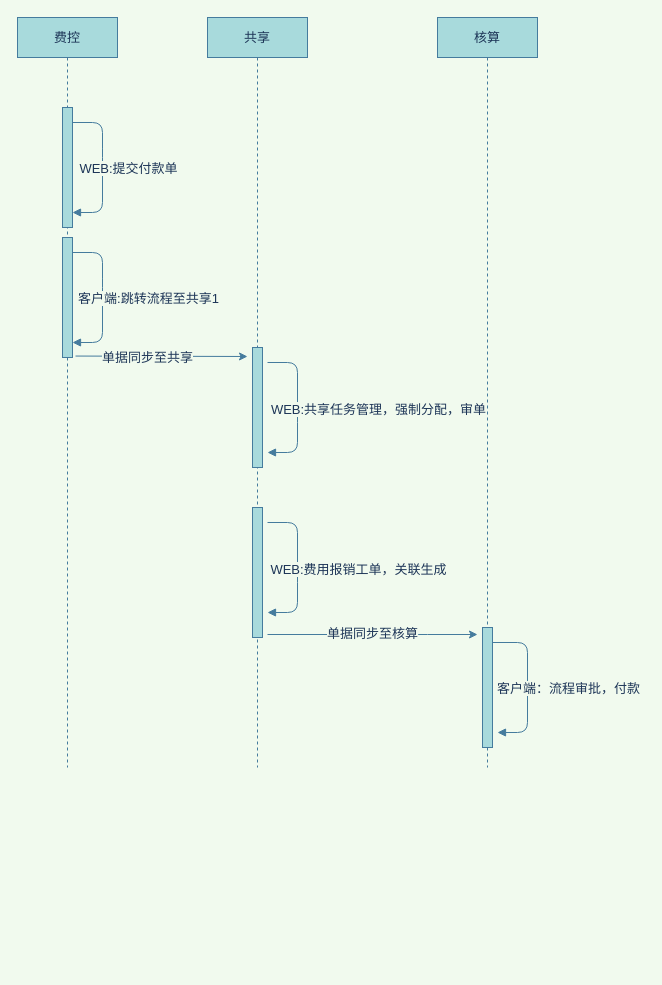
This is rpa-auto-test1.drawio from Alphathur/diagram, a draw.io file, before an edit. Source tidied: cells renumbered, new cells numbered last; positions are measured from the earlier drawing's top-left corner, leaving out a move shared by most shapes. Both pictures are drawn from the tidied source at 100%, with x=0, y=0 at pixel (17, 17).
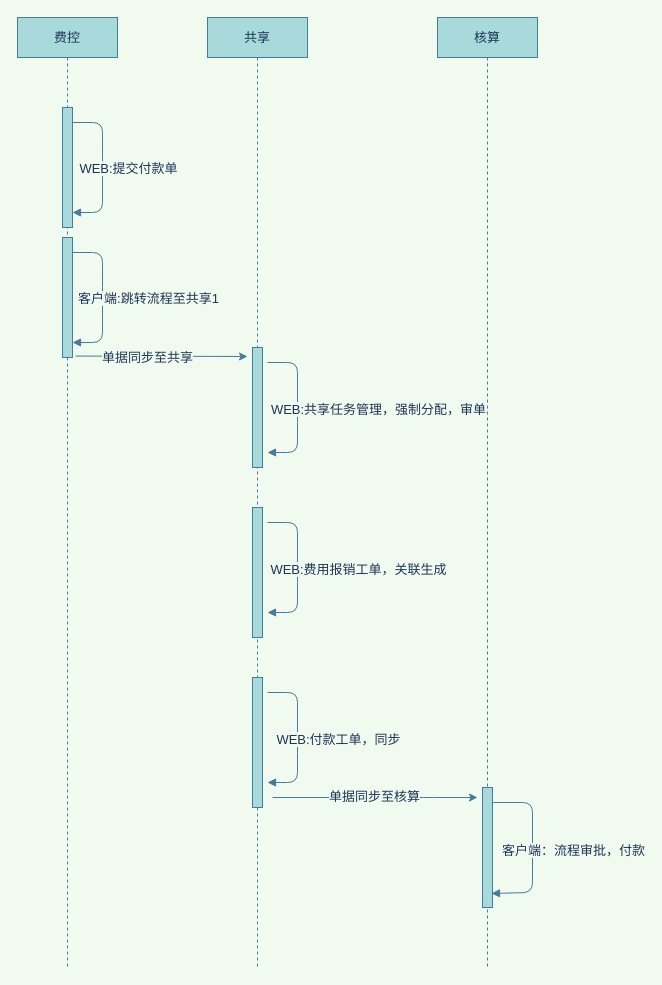
The same page after the edit.

What changed in the source:
```diff
@@
     <mxCell id="2" value="共享" style="shape=umlLifeline;perimeter=lifelinePerimeter;whiteSpace=wrap;html=1;fontSize=13;fillColor=#A8DADC;strokeColor=#457B9D;fontColor=#1D3557;" parent="1" vertex="1">
-      <mxGeometry x="190" width="100" height="750" as="geometry" />
+      <mxGeometry x="190" width="100" height="950" as="geometry" />
     </mxCell>
@@
     <mxCell id="5" value="费控" style="shape=umlLifeline;perimeter=lifelinePerimeter;whiteSpace=wrap;html=1;fontSize=13;fillColor=#A8DADC;strokeColor=#457B9D;fontColor=#1D3557;" parent="1" vertex="1">
-      <mxGeometry width="100" height="750" as="geometry" />
+      <mxGeometry width="100" height="950" as="geometry" />
     </mxCell>
@@
     <mxCell id="7" value="核算" style="shape=umlLifeline;perimeter=lifelinePerimeter;whiteSpace=wrap;html=1;fontSize=13;fillColor=#A8DADC;strokeColor=#457B9D;fontColor=#1D3557;" parent="1" vertex="1">
-      <mxGeometry x="420" width="100" height="750" as="geometry" />
+      <mxGeometry x="420" width="100" height="950" as="geometry" />
     </mxCell>
@@
     <mxCell id="15" style="html=1;points=[];perimeter=orthogonalPerimeter;fontSize=13;fillColor=#A8DADC;strokeColor=#457B9D;fontColor=#1D3557;" parent="1" vertex="1">
-      <mxGeometry x="465" y="610" width="10" height="120" as="geometry" />
+      <mxGeometry x="465" y="770" width="10" height="120" as="geometry" />
     </mxCell>
-    <mxCell id="16" style="html=1;verticalAlign=bottom;labelBackgroundColor=none;endArrow=block;endFill=1;fontSize=13;strokeColor=#457B9D;fontColor=#1D3557;" parent="1" edge="1" source="15">
+    <mxCell id="16" style="html=1;verticalAlign=bottom;labelBackgroundColor=none;endArrow=block;endFill=1;fontSize=13;strokeColor=#457B9D;fontColor=#1D3557;entryX=0.9;entryY=0.883;entryDx=0;entryDy=0;entryPerimeter=0;" parent="1" edge="1" source="15" target="15">
       <mxGeometry relative="1" as="geometry">
-        <mxPoint x="480" y="715" as="targetPoint" />
         <Array as="points">
-          <mxPoint x="510" y="625" />
-          <mxPoint x="510" y="715" />
+          <mxPoint x="515" y="785" />
+          <mxPoint x="515" y="875" />
         </Array>
       </mxGeometry>
     </mxCell>
@@
     <mxCell id="22" style="endArrow=classic;html=1;fontSize=13;strokeColor=#457B9D;fontColor=#1D3557;labelBackgroundColor=#F1FAEE;" parent="1" edge="1">
       <mxGeometry relative="1" as="geometry">
-        <mxPoint x="250" y="617" as="sourcePoint" />
-        <mxPoint x="460" y="617" as="targetPoint" />
+        <mxPoint x="255" y="780" as="sourcePoint" />
+        <mxPoint x="460" y="780" as="targetPoint" />
         <Array as="points">
-          <mxPoint x="380" y="617" />
-          <mxPoint x="400" y="617" />
+          <mxPoint x="385" y="780" />
+          <mxPoint x="405" y="780" />
         </Array>
       </mxGeometry>
     </mxCell>
@@
+    <mxCell id="24" style="html=1;perimeter=orthogonalPerimeter;fontSize=13;fillColor=#A8DADC;strokeColor=#457B9D;fontColor=#1D3557;" parent="1" vertex="1">
+      <mxGeometry x="235" y="660" width="10" height="130" as="geometry" />
+    </mxCell>
+    <mxCell id="25" style="html=1;verticalAlign=bottom;labelBackgroundColor=none;endArrow=block;endFill=1;fontSize=13;strokeColor=#457B9D;fontColor=#1D3557;" parent="1" edge="1">
+      <mxGeometry relative="1" as="geometry">
+        <mxPoint x="250" y="675" as="sourcePoint" />
+        <mxPoint x="250" y="765" as="targetPoint" />
+        <Array as="points">
+          <mxPoint x="280" y="675" />
+          <mxPoint x="280" y="725" />
+          <mxPoint x="280" y="765" />
+        </Array>
+      </mxGeometry>
+    </mxCell>
+    <mxCell id="26" value="WEB:付款工单，同步" style="edgeLabel;html=1;align=center;verticalAlign=middle;fontSize=13;fontColor=#1D3557;labelBackgroundColor=#F1FAEE;" parent="25" vertex="1">
+      <mxGeometry x="-0.06" y="-4" relative="1" as="geometry">
+        <mxPoint x="44" y="5" as="offset" />
+      </mxGeometry>
+    </mxCell>
```
